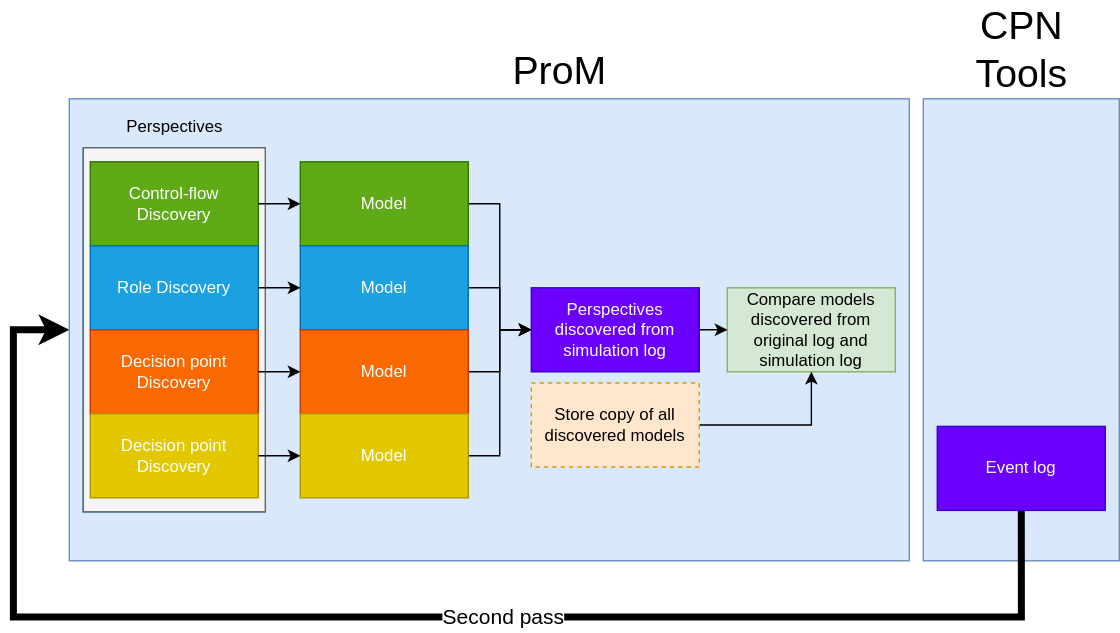
Before: resources/process-second-pass.svg, a diagram exported from draw.io (hpl002/Masters_Public). Source tidied: cells renumbered, new cells last; positions are measured from the earlier drawing's top-left corner, leaving out a move shared by most shapes.
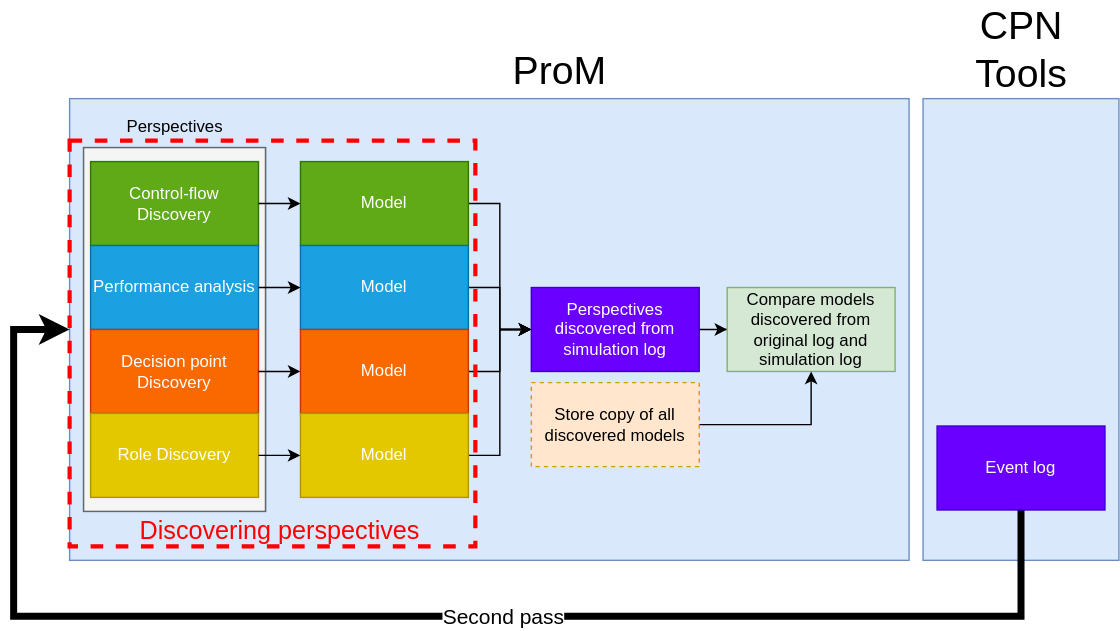
After the commit.

The edit, as a diff of the source:
```diff
@@ -32,13 +32,13 @@
     <mxCell id="11" value="Control-flow Discovery" style="rounded=0;whiteSpace=wrap;html=1;fillColor=#60a917;strokeColor=#2D7600;fontColor=#ffffff;" parent="9" vertex="1">
       <mxGeometry x="5" y="10" width="120" height="60" as="geometry" />
     </mxCell>
-    <mxCell id="12" value="Role Discovery" style="rounded=0;whiteSpace=wrap;html=1;fillColor=#1ba1e2;strokeColor=#006EAF;fontColor=#ffffff;" parent="9" vertex="1">
+    <mxCell id="12" value="Performance analysis" style="rounded=0;whiteSpace=wrap;html=1;fillColor=#1ba1e2;strokeColor=#006EAF;fontColor=#ffffff;" parent="9" vertex="1">
       <mxGeometry x="5" y="70" width="120" height="60" as="geometry" />
     </mxCell>
     <mxCell id="13" value="Decision point Discovery" style="rounded=0;whiteSpace=wrap;html=1;fillColor=#fa6800;strokeColor=#C73500;fontColor=#ffffff;" parent="9" vertex="1">
       <mxGeometry x="5" y="130" width="120" height="60" as="geometry" />
     </mxCell>
-    <mxCell id="14" value="Decision point Discovery" style="rounded=0;whiteSpace=wrap;html=1;fillColor=#e3c800;strokeColor=#B09500;fontColor=#ffffff;" parent="9" vertex="1">
+    <mxCell id="14" value="Role Discovery" style="rounded=0;whiteSpace=wrap;html=1;fillColor=#e3c800;strokeColor=#B09500;fontColor=#ffffff;" parent="9" vertex="1">
       <mxGeometry x="5" y="190" width="120" height="60" as="geometry" />
     </mxCell>
     <mxCell id="15" style="edgeStyle=orthogonalEdgeStyle;rounded=0;jettySize=auto;html=1;exitX=0.5;exitY=1;exitDx=0;exitDy=0;entryX=0;entryY=0.5;entryDx=0;entryDy=0;strokeWidth=5;" parent="1" edge="1" source="17" target="3">
@@ -101,5 +101,11 @@
     <mxCell id="32" value="Store copy of all discovered models" style="rounded=0;whiteSpace=wrap;html=1;fillColor=#ffe6cc;strokeColor=#d79b00;dashed=1;" parent="1" vertex="1">
       <mxGeometry x="370" y="273" width="120" height="60" as="geometry" />
     </mxCell>
+    <mxCell id="33" style="rounded=0;whiteSpace=wrap;html=1;fillColor=none;dashed=1;strokeWidth=3;strokeColor=#FF0000;" parent="1" vertex="1">
+      <mxGeometry x="40" y="100" width="290" height="290" as="geometry" />
+    </mxCell>
+    <mxCell id="34" value="&lt;font style=&quot;font-size: 18px&quot; color=&quot;#FF0000&quot;&gt;Discovering perspectives&lt;br&gt;&lt;/font&gt;" style="text;html=1;align=center;verticalAlign=middle;fontSize=28;" parent="1" vertex="1">
+      <mxGeometry x="80" y="355" width="220" height="40" as="geometry" />
+    </mxCell>
   </root>
 </mxGraphModel>
```
